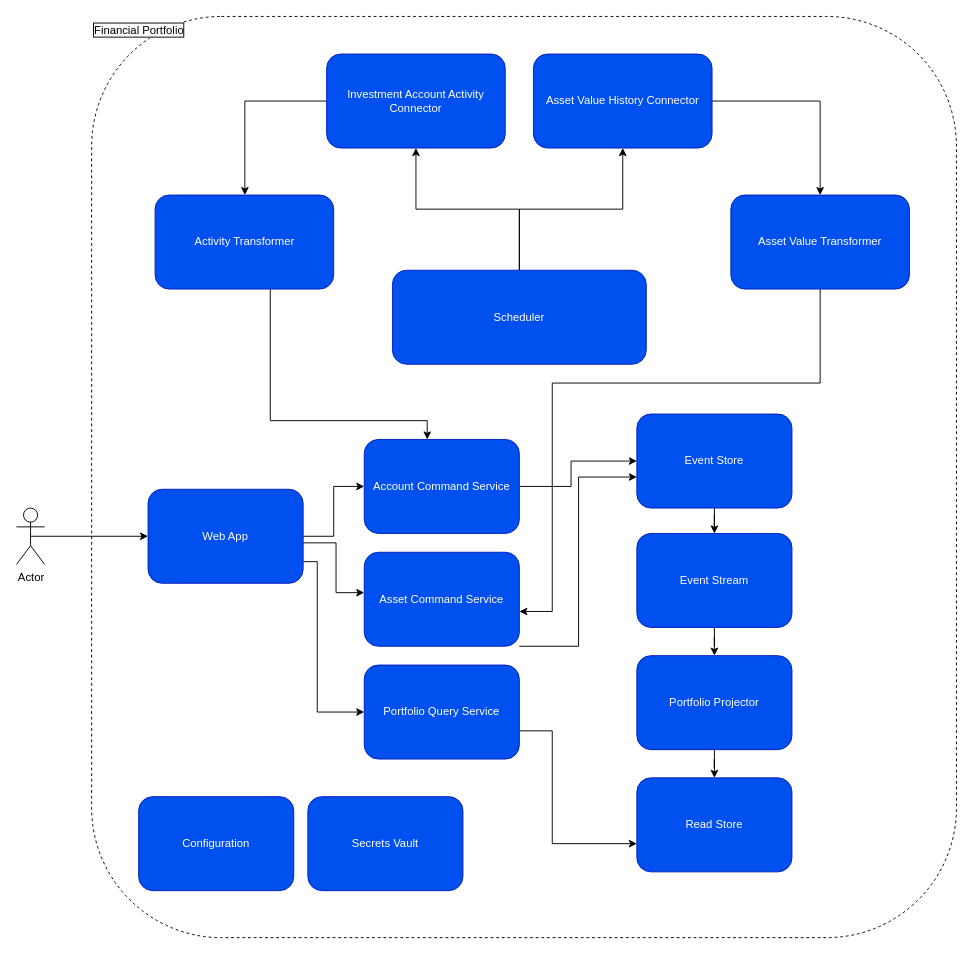
aleichter/financial-portfolio keeps this draw.io diagram as page "C2" (2 of 3) of doc/High-Level Architecture.drawio. Above is the earlier version. Source tidied: cells renumbered, new cells numbered last; positions are measured from the earlier drawing's top-left corner, leaving out a move shared by most shapes. Both pictures are drawn from the tidied source at 94%, with x=0, y=0 at pixel (16, 16).
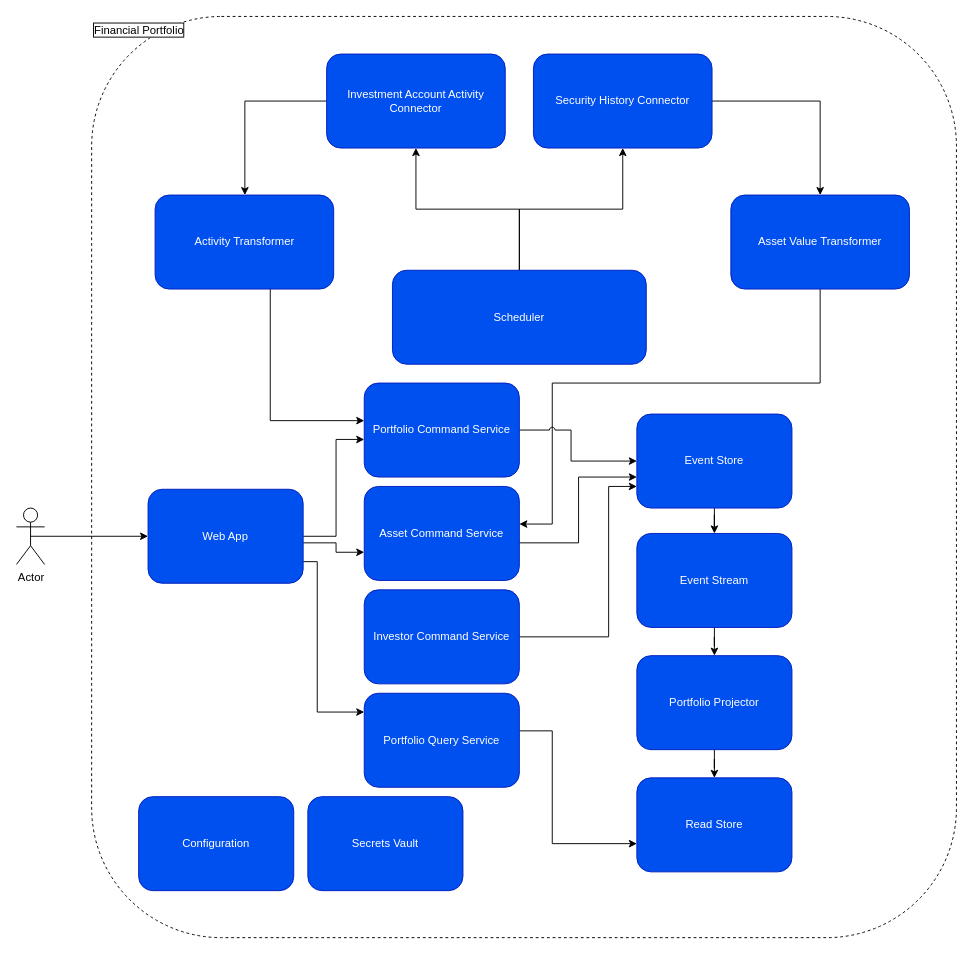
After the change.

The change refers to these unchanged cells:
```xml
<mxCell id="10" value="Asset Value Transformer" style="rounded=1;whiteSpace=wrap;html=1;fillColor=#0050ef;strokeColor=#001DBC;fontColor=#ffffff;" parent="1" vertex="1">
  <mxGeometry x="760" y="190" width="190" height="100" as="geometry" />
</mxCell>
<mxCell id="19" value="Web App" style="rounded=1;whiteSpace=wrap;html=1;fillColor=#0050ef;strokeColor=#001DBC;fontColor=#ffffff;" parent="1" vertex="1">
  <mxGeometry x="140" y="503" width="165" height="100" as="geometry" />
</mxCell>
<mxCell id="33" value="Event Store" style="rounded=1;whiteSpace=wrap;html=1;fillColor=#0050ef;strokeColor=#001DBC;fontColor=#ffffff;" parent="1" vertex="1">
  <mxGeometry x="660" y="423" width="165" height="100" as="geometry" />
</mxCell>
```

Diff of the diagram source:
```diff
@@
-    <mxCell id="6" value="Asset Value History Connector" style="rounded=1;whiteSpace=wrap;html=1;fillColor=#0050ef;strokeColor=#001DBC;fontColor=#ffffff;" parent="1" vertex="1">
+    <mxCell id="6" value="Security History Connector" style="rounded=1;whiteSpace=wrap;html=1;fillColor=#0050ef;strokeColor=#001DBC;fontColor=#ffffff;" parent="1" vertex="1">
       <mxGeometry x="550" y="40" width="190" height="100" as="geometry" />
     </mxCell>
@@
     <mxCell id="9" style="edgeStyle=orthogonalEdgeStyle;rounded=0;jettySize=auto;html=1;" parent="1" edge="1" source="10" target="24">
       <mxGeometry relative="1" as="geometry">
         <Array as="points">
           <mxPoint x="855" y="390" />
           <mxPoint x="570" y="390" />
-          <mxPoint x="570" y="633" />
+          <mxPoint x="570" y="540" />
         </Array>
       </mxGeometry>
     </mxCell>
@@
     <mxCell id="16" style="edgeStyle=orthogonalEdgeStyle;rounded=0;jettySize=auto;html=1;" parent="1" edge="1" source="19" target="22">
-      <mxGeometry relative="1" as="geometry" />
+      <mxGeometry relative="1" as="geometry">
+        <Array as="points">
+          <mxPoint x="340" y="553" />
+          <mxPoint x="340" y="450" />
+        </Array>
+      </mxGeometry>
     </mxCell>
     <mxCell id="17" style="edgeStyle=orthogonalEdgeStyle;rounded=0;jettySize=auto;html=1;" parent="1" edge="1" source="19" target="24">
       <mxGeometry relative="1" as="geometry">
         <Array as="points">
           <mxPoint x="340" y="560" />
-          <mxPoint x="340" y="613" />
+          <mxPoint x="340" y="570" />
         </Array>
       </mxGeometry>
     </mxCell>
@@
-    <mxCell id="21" style="edgeStyle=orthogonalEdgeStyle;rounded=0;jettySize=auto;html=1;" parent="1" edge="1" source="22" target="33">
+    <mxCell id="21" style="edgeStyle=orthogonalEdgeStyle;rounded=0;jettySize=auto;html=1;jumpStyle=arc;" parent="1" edge="1" source="22" target="33">
       <mxGeometry relative="1" as="geometry">
         <Array as="points">
-          <mxPoint x="590" y="500" />
+          <mxPoint x="590" y="440" />
           <mxPoint x="590" y="473" />
         </Array>
       </mxGeometry>
     </mxCell>
-    <mxCell id="22" value="Account Command Service" style="rounded=1;whiteSpace=wrap;html=1;fillColor=#0050ef;strokeColor=#001DBC;fontColor=#ffffff;" parent="1" vertex="1">
-      <mxGeometry x="370" y="450" width="165" height="100" as="geometry" />
+    <mxCell id="22" value="Portfolio Command Service" style="rounded=1;whiteSpace=wrap;html=1;fillColor=#0050ef;strokeColor=#001DBC;fontColor=#ffffff;" parent="1" vertex="1">
+      <mxGeometry x="370" y="390" width="165" height="100" as="geometry" />
     </mxCell>
     <mxCell id="23" style="edgeStyle=orthogonalEdgeStyle;rounded=0;jettySize=auto;html=1;" parent="1" edge="1" source="24" target="33">
       <mxGeometry relative="1" as="geometry">
         <Array as="points">
-          <mxPoint x="598" y="670" />
+          <mxPoint x="598" y="560" />
           <mxPoint x="598" y="490" />
         </Array>
       </mxGeometry>
     </mxCell>
     <mxCell id="24" value="Asset Command Service" style="rounded=1;whiteSpace=wrap;html=1;fillColor=#0050ef;strokeColor=#001DBC;fontColor=#ffffff;" parent="1" vertex="1">
-      <mxGeometry x="370" y="570" width="165" height="100" as="geometry" />
+      <mxGeometry x="370" y="500" width="165" height="100" as="geometry" />
     </mxCell>
@@
     <mxCell id="28" value="Portfolio Query Service" style="rounded=1;whiteSpace=wrap;html=1;fillColor=#0050ef;strokeColor=#001DBC;fontColor=#ffffff;" parent="1" vertex="1">
-      <mxGeometry x="370" y="690" width="165" height="100" as="geometry" />
+      <mxGeometry x="370" y="720" width="165" height="100" as="geometry" />
     </mxCell>
@@
+    <mxCell id="35" style="edgeStyle=orthogonalEdgeStyle;rounded=0;jettySize=auto;html=1;" parent="1" edge="1" source="36" target="33">
+      <mxGeometry relative="1" as="geometry">
+        <Array as="points">
+          <mxPoint x="630" y="660" />
+          <mxPoint x="630" y="500" />
+        </Array>
+      </mxGeometry>
+    </mxCell>
+    <mxCell id="36" value="Investor Command Service" style="rounded=1;whiteSpace=wrap;html=1;fillColor=#0050ef;strokeColor=#001DBC;fontColor=#ffffff;" parent="1" vertex="1">
+      <mxGeometry x="370" y="610" width="165" height="100" as="geometry" />
+    </mxCell>
```
